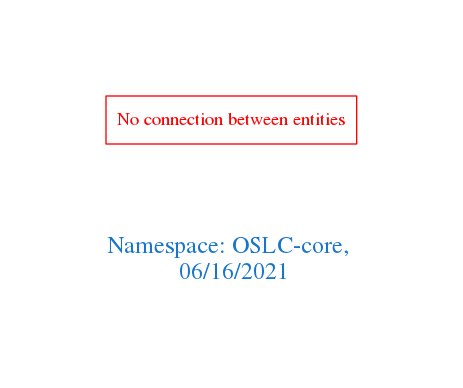
The Graphviz diagram downloads/OSLC-core.png in arago/OGIT, before a commit. Its source is kept beside it as downloads/OSLC-core.dot.
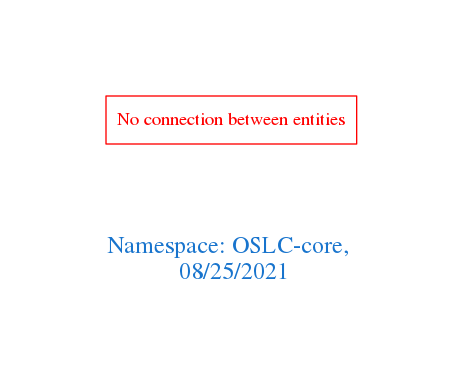
The same diagram one commit later.

Change to the diagram source:
```diff
@@ -1,7 +1,7 @@
 digraph OGIT_ontology {
  graph [ rankdir= LR,pad=1
 fontsize = 18,
-fontcolor= dodgerblue3,label = "\n\n\nNamespace: OSLC-core, \n 06/16/2021"];
+fontcolor= dodgerblue3,label = "\n\n\nNamespace: OSLC-core, \n 08/25/2021"];
 node[shape=polygon];
 edge [  color="gray81"];
 
```
